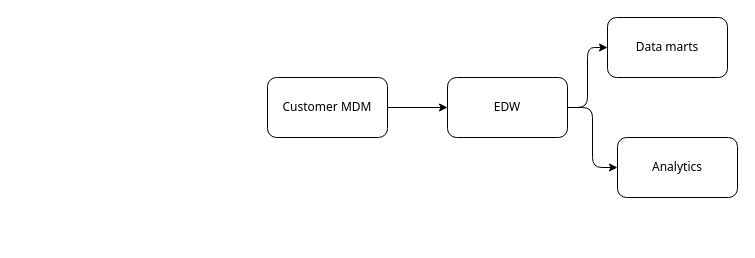
Before: GDPR.drawio in kanchantewary/MindMaps, a draw.io diagram. Source tidied: cells renumbered, new cells numbered last; positions are measured from the earlier drawing's top-left corner, leaving out a move shared by most shapes. Both pictures are drawn from the tidied source at 100%, with x=0, y=0 at pixel (267, 17).
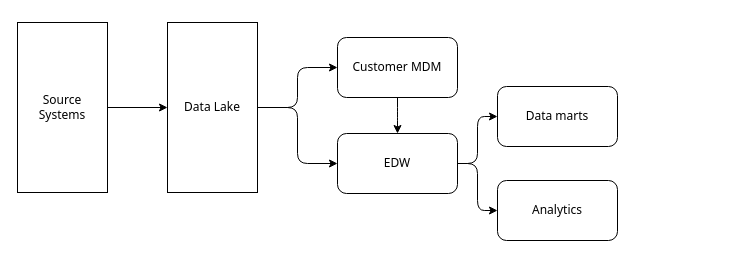
After the change.

Change to the diagram source:
```diff
@@
 <mxGraphModel>
   <root>
     <mxCell id="0" />
     <mxCell id="1" parent="0" />
     <mxCell id="2" style="edgeStyle=orthogonalEdgeStyle;rounded=1;jettySize=auto;html=1;fontFamily=Tahoma;" parent="1" edge="1" source="3" target="6">
       <mxGeometry relative="1" as="geometry" />
     </mxCell>
     <mxCell id="3" value="Customer MDM" style="rounded=1;whiteSpace=wrap;html=1;fontFamily=Tahoma;" parent="1" vertex="1">
-      <mxGeometry y="60" width="120" height="60" as="geometry" />
+      <mxGeometry x="70" y="20" width="120" height="60" as="geometry" />
     </mxCell>
     <mxCell id="4" style="edgeStyle=orthogonalEdgeStyle;rounded=1;jettySize=auto;html=1;fontFamily=Tahoma;" parent="1" edge="1" source="6" target="7">
       <mxGeometry relative="1" as="geometry" />
     </mxCell>
     <mxCell id="5" style="edgeStyle=orthogonalEdgeStyle;rounded=1;jettySize=auto;html=1;entryX=0;entryY=0.5;entryDx=0;entryDy=0;fontFamily=Tahoma;" parent="1" edge="1" source="6" target="8">
       <mxGeometry relative="1" as="geometry" />
     </mxCell>
     <mxCell id="6" value="EDW" style="rounded=1;whiteSpace=wrap;html=1;fontFamily=Tahoma;" parent="1" vertex="1">
-      <mxGeometry x="180" y="60" width="120" height="60" as="geometry" />
+      <mxGeometry x="70" y="116" width="120" height="60" as="geometry" />
     </mxCell>
     <mxCell id="7" value="Data marts" style="rounded=1;whiteSpace=wrap;html=1;fontFamily=Tahoma;" parent="1" vertex="1">
-      <mxGeometry x="340" width="120" height="60" as="geometry" />
+      <mxGeometry x="230" y="69" width="120" height="60" as="geometry" />
     </mxCell>
     <mxCell id="8" value="Analytics" style="rounded=1;whiteSpace=wrap;html=1;fontFamily=Tahoma;" parent="1" vertex="1">
-      <mxGeometry x="350" y="120" width="120" height="60" as="geometry" />
+      <mxGeometry x="230" y="163" width="120" height="60" as="geometry" />
     </mxCell>
+    <mxCell id="9" style="edgeStyle=orthogonalEdgeStyle;rounded=1;jettySize=auto;html=1;fontFamily=Tahoma;" parent="1" edge="1" source="11" target="3">
+      <mxGeometry relative="1" as="geometry" />
+    </mxCell>
+    <mxCell id="10" style="edgeStyle=orthogonalEdgeStyle;rounded=1;jettySize=auto;html=1;fontFamily=Tahoma;" parent="1" edge="1" source="11" target="6">
+      <mxGeometry relative="1" as="geometry" />
+    </mxCell>
+    <mxCell id="11" value="Data Lake" style="rounded=0;whiteSpace=wrap;html=1;fontFamily=Tahoma;" parent="1" vertex="1">
+      <mxGeometry x="-100" y="5" width="90" height="170" as="geometry" />
+    </mxCell>
+    <mxCell id="12" style="edgeStyle=orthogonalEdgeStyle;rounded=1;jettySize=auto;html=1;fontFamily=Tahoma;" parent="1" edge="1" source="13" target="11">
+      <mxGeometry relative="1" as="geometry" />
+    </mxCell>
+    <mxCell id="13" value="Source Systems" style="rounded=0;whiteSpace=wrap;html=1;fontFamily=Tahoma;" parent="1" vertex="1">
+      <mxGeometry x="-250" y="5" width="90" height="170" as="geometry" />
+    </mxCell>
   </root>
 </mxGraphModel>
```
